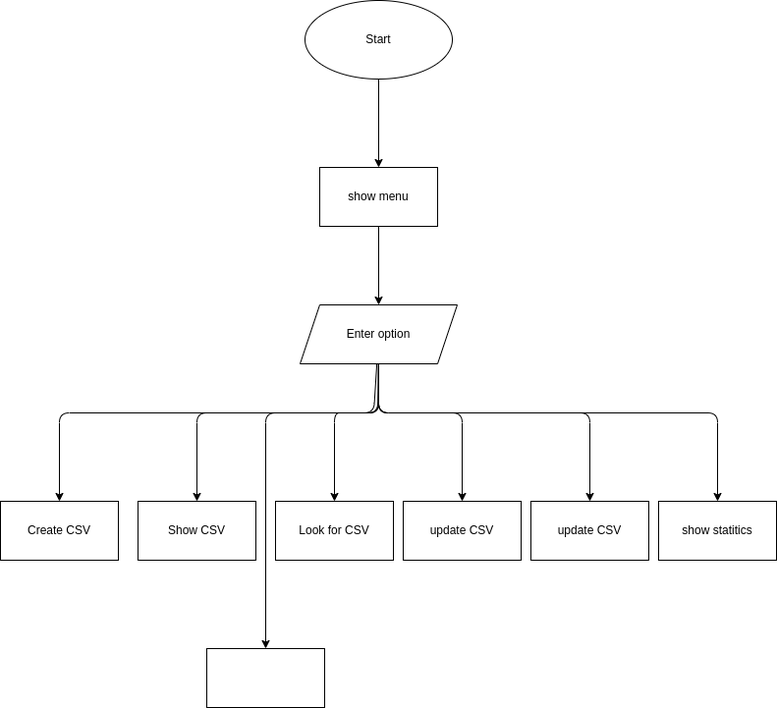
Before: v3/diagrama de flujo/diagrama-de-flujo.png.drawio.png, a diagram exported from draw.io (ChrisOnfroy/Historia-de--usuario-M1S1). Source tidied: cells renumbered, new cells last; positions are measured from the earlier drawing's top-left corner, leaving out a move shared by most shapes. Its diagram source:
```xml
<mxGraphModel>
  <root>
    <mxCell id="0" />
    <mxCell id="1" parent="0" />
    <mxCell id="2" style="edgeStyle=none;html=1;" parent="1" edge="1" source="3" target="5">
      <mxGeometry relative="1" as="geometry" />
    </mxCell>
    <mxCell id="3" value="Start" style="ellipse;whiteSpace=wrap;html=1;" parent="1" vertex="1">
      <mxGeometry x="310" width="150" height="80" as="geometry" />
    </mxCell>
    <mxCell id="4" style="edgeStyle=none;html=1;" parent="1" edge="1" source="5">
      <mxGeometry relative="1" as="geometry">
        <mxPoint x="385" y="310" as="targetPoint" />
      </mxGeometry>
    </mxCell>
    <mxCell id="5" value="show menu" style="whiteSpace=wrap;html=1;" parent="1" vertex="1">
      <mxGeometry x="325" y="170" width="120" height="60" as="geometry" />
    </mxCell>
    <mxCell id="6" style="edgeStyle=none;html=1;" parent="1" edge="1" target="9">
      <mxGeometry relative="1" as="geometry">
        <mxPoint x="385" y="370" as="sourcePoint" />
        <Array as="points">
          <mxPoint x="385" y="420" />
          <mxPoint x="60" y="420" />
        </Array>
      </mxGeometry>
    </mxCell>
    <mxCell id="7" style="edgeStyle=none;html=1;" parent="1" edge="1" target="10">
      <mxGeometry relative="1" as="geometry">
        <mxPoint x="384.6" y="370" as="sourcePoint" />
        <Array as="points">
          <mxPoint x="384" y="420" />
          <mxPoint x="200" y="420" />
        </Array>
      </mxGeometry>
    </mxCell>
    <mxCell id="8" style="edgeStyle=none;html=1;" parent="1" edge="1" target="11">
      <mxGeometry relative="1" as="geometry">
        <mxPoint x="385" y="370" as="sourcePoint" />
        <Array as="points">
          <mxPoint x="385" y="420" />
          <mxPoint x="360" y="420" />
          <mxPoint x="340" y="420" />
        </Array>
      </mxGeometry>
    </mxCell>
    <mxCell id="9" value="Create CSV" style="whiteSpace=wrap;html=1;" parent="1" vertex="1">
      <mxGeometry y="510" width="120" height="60" as="geometry" />
    </mxCell>
    <mxCell id="10" value="Show CSV" style="whiteSpace=wrap;html=1;" parent="1" vertex="1">
      <mxGeometry x="140" y="510" width="120" height="60" as="geometry" />
    </mxCell>
    <mxCell id="11" value="Look for CSV" style="whiteSpace=wrap;html=1;" parent="1" vertex="1">
      <mxGeometry x="280" y="510" width="120" height="60" as="geometry" />
    </mxCell>
    <mxCell id="12" style="edgeStyle=none;html=1;exitX=0.5;exitY=1;exitDx=0;exitDy=0;" parent="1" edge="1" source="16" target="17">
      <mxGeometry relative="1" as="geometry">
        <Array as="points">
          <mxPoint x="385" y="420" />
          <mxPoint x="470" y="420" />
        </Array>
      </mxGeometry>
    </mxCell>
    <mxCell id="13" style="edgeStyle=none;html=1;entryX=0.5;entryY=0;entryDx=0;entryDy=0;" parent="1" edge="1" source="16" target="18">
      <mxGeometry relative="1" as="geometry">
        <Array as="points">
          <mxPoint x="385" y="420" />
          <mxPoint x="600" y="420" />
        </Array>
      </mxGeometry>
    </mxCell>
    <mxCell id="14" style="edgeStyle=none;html=1;exitX=0.5;exitY=1;exitDx=0;exitDy=0;" parent="1" edge="1" source="16" target="19">
      <mxGeometry relative="1" as="geometry">
        <Array as="points">
          <mxPoint x="385" y="420" />
          <mxPoint x="730" y="420" />
        </Array>
      </mxGeometry>
    </mxCell>
    <mxCell id="15" style="edgeStyle=none;html=1;" parent="1" edge="1" source="16" target="20">
      <mxGeometry relative="1" as="geometry">
        <Array as="points">
          <mxPoint x="380" y="420" />
          <mxPoint x="270" y="420" />
        </Array>
      </mxGeometry>
    </mxCell>
    <mxCell id="16" value="Enter option" style="shape=parallelogram;perimeter=parallelogramPerimeter;whiteSpace=wrap;html=1;fixedSize=1;" parent="1" vertex="1">
      <mxGeometry x="305" y="310" width="160" height="60" as="geometry" />
    </mxCell>
    <mxCell id="17" value="update CSV" style="whiteSpace=wrap;html=1;" parent="1" vertex="1">
      <mxGeometry x="410" y="510" width="120" height="60" as="geometry" />
    </mxCell>
    <mxCell id="18" value="update CSV" style="whiteSpace=wrap;html=1;" parent="1" vertex="1">
      <mxGeometry x="540" y="510" width="120" height="60" as="geometry" />
    </mxCell>
    <mxCell id="19" value="show statitics" style="whiteSpace=wrap;html=1;" parent="1" vertex="1">
      <mxGeometry x="670" y="510" width="120" height="60" as="geometry" />
    </mxCell>
    <mxCell id="20" style="whiteSpace=wrap;html=1;" parent="1" vertex="1">
      <mxGeometry x="210" y="660" width="120" height="60" as="geometry" />
    </mxCell>
  </root>
</mxGraphModel>
```
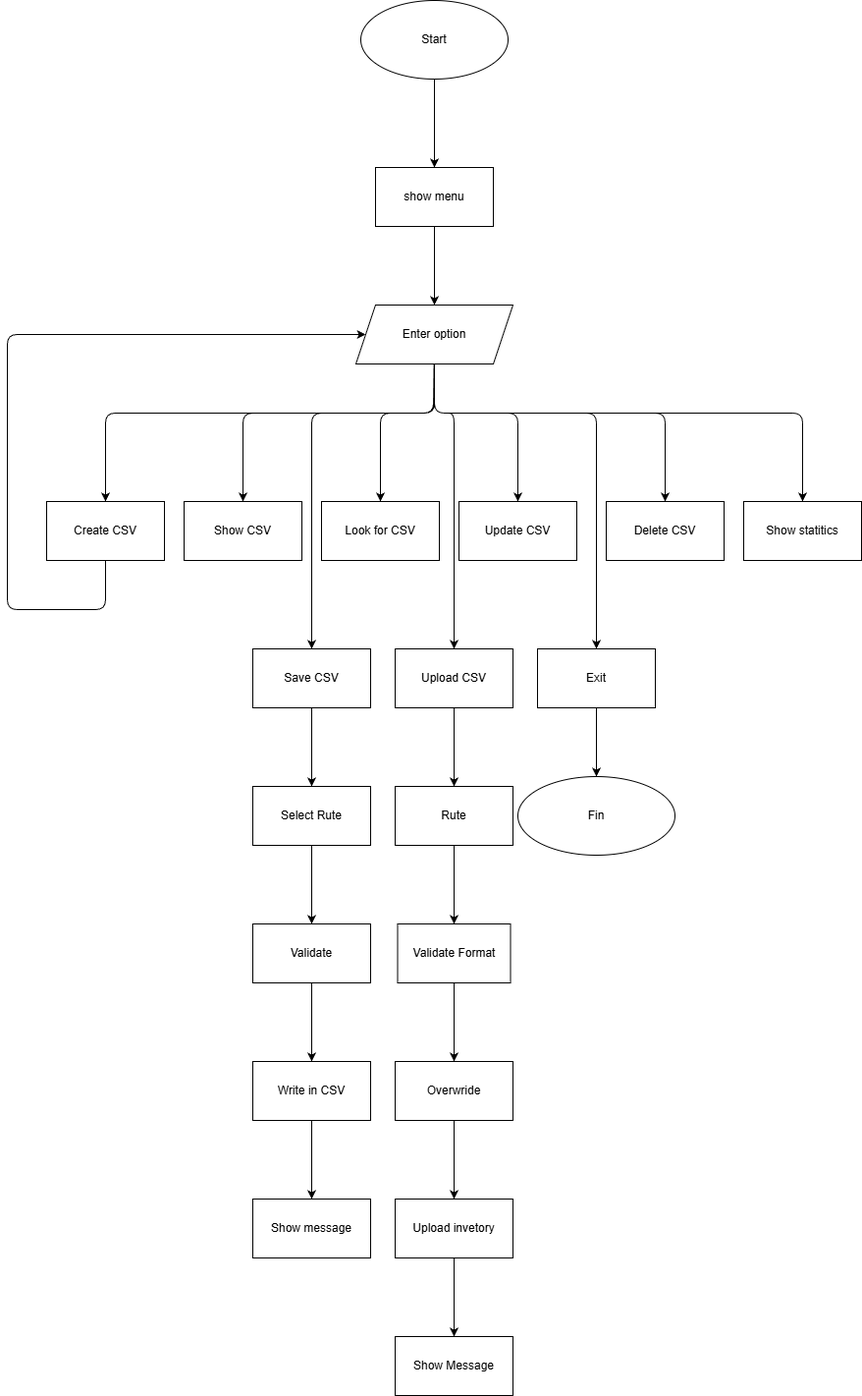
Above is the later version.

Commit message:
finish-diagram

What changed in the source:
```diff
@@ -21,7 +21,7 @@
         <mxPoint x="385" y="370" as="sourcePoint" />
         <Array as="points">
           <mxPoint x="385" y="420" />
-          <mxPoint x="60" y="420" />
+          <mxPoint x="50" y="420" />
         </Array>
       </mxGeometry>
     </mxCell>
@@ -30,7 +30,7 @@
         <mxPoint x="384.6" y="370" as="sourcePoint" />
         <Array as="points">
           <mxPoint x="384" y="420" />
-          <mxPoint x="200" y="420" />
+          <mxPoint x="190" y="420" />
         </Array>
       </mxGeometry>
     </mxCell>
@@ -40,18 +40,27 @@
         <Array as="points">
           <mxPoint x="385" y="420" />
           <mxPoint x="360" y="420" />
-          <mxPoint x="340" y="420" />
+          <mxPoint x="330" y="420" />
         </Array>
       </mxGeometry>
     </mxCell>
+    <mxCell id="21" style="edgeStyle=none;html=1;entryX=0;entryY=0.5;entryDx=0;entryDy=0;exitX=0.5;exitY=1;exitDx=0;exitDy=0;" parent="1" edge="1" source="9" target="16">
+      <mxGeometry relative="1" as="geometry">
+        <Array as="points">
+          <mxPoint x="50" y="620" />
+          <mxPoint x="-50" y="620" />
+          <mxPoint x="-50" y="340" />
+        </Array>
+      </mxGeometry>
+    </mxCell>
     <mxCell id="9" value="Create CSV" style="whiteSpace=wrap;html=1;" parent="1" vertex="1">
-      <mxGeometry y="510" width="120" height="60" as="geometry" />
+      <mxGeometry x="-10" y="510" width="120" height="60" as="geometry" />
     </mxCell>
     <mxCell id="10" value="Show CSV" style="whiteSpace=wrap;html=1;" parent="1" vertex="1">
-      <mxGeometry x="140" y="510" width="120" height="60" as="geometry" />
+      <mxGeometry x="130" y="510" width="120" height="60" as="geometry" />
     </mxCell>
     <mxCell id="11" value="Look for CSV" style="whiteSpace=wrap;html=1;" parent="1" vertex="1">
-      <mxGeometry x="280" y="510" width="120" height="60" as="geometry" />
+      <mxGeometry x="270" y="510" width="120" height="60" as="geometry" />
     </mxCell>
     <mxCell id="12" style="edgeStyle=none;html=1;exitX=0.5;exitY=1;exitDx=0;exitDy=0;" parent="1" edge="1" source="16" target="17">
       <mxGeometry relative="1" as="geometry">
@@ -65,7 +74,7 @@
       <mxGeometry relative="1" as="geometry">
         <Array as="points">
           <mxPoint x="385" y="420" />
-          <mxPoint x="600" y="420" />
+          <mxPoint x="620" y="420" />
         </Array>
       </mxGeometry>
     </mxCell>
@@ -73,32 +82,114 @@
       <mxGeometry relative="1" as="geometry">
         <Array as="points">
           <mxPoint x="385" y="420" />
-          <mxPoint x="730" y="420" />
+          <mxPoint x="760" y="420" />
         </Array>
       </mxGeometry>
     </mxCell>
     <mxCell id="15" style="edgeStyle=none;html=1;" parent="1" edge="1" source="16" target="20">
       <mxGeometry relative="1" as="geometry">
         <Array as="points">
-          <mxPoint x="380" y="420" />
-          <mxPoint x="270" y="420" />
+          <mxPoint x="385" y="420" />
+          <mxPoint x="260" y="420" />
         </Array>
       </mxGeometry>
     </mxCell>
+    <mxCell id="22" style="edgeStyle=none;html=1;" parent="1" edge="1" source="16" target="26">
+      <mxGeometry relative="1" as="geometry">
+        <Array as="points">
+          <mxPoint x="385" y="420" />
+          <mxPoint x="405" y="420" />
+        </Array>
+      </mxGeometry>
+    </mxCell>
+    <mxCell id="23" style="edgeStyle=none;html=1;" parent="1" edge="1" source="16" target="28">
+      <mxGeometry relative="1" as="geometry">
+        <Array as="points">
+          <mxPoint x="385" y="420" />
+          <mxPoint x="550" y="420" />
+        </Array>
+      </mxGeometry>
+    </mxCell>
     <mxCell id="16" value="Enter option" style="shape=parallelogram;perimeter=parallelogramPerimeter;whiteSpace=wrap;html=1;fixedSize=1;" parent="1" vertex="1">
       <mxGeometry x="305" y="310" width="160" height="60" as="geometry" />
     </mxCell>
-    <mxCell id="17" value="update CSV" style="whiteSpace=wrap;html=1;" parent="1" vertex="1">
+    <mxCell id="17" value="Update CSV" style="whiteSpace=wrap;html=1;" parent="1" vertex="1">
       <mxGeometry x="410" y="510" width="120" height="60" as="geometry" />
     </mxCell>
-    <mxCell id="18" value="update CSV" style="whiteSpace=wrap;html=1;" parent="1" vertex="1">
-      <mxGeometry x="540" y="510" width="120" height="60" as="geometry" />
+    <mxCell id="18" value="Delete CSV" style="whiteSpace=wrap;html=1;" parent="1" vertex="1">
+      <mxGeometry x="560" y="510" width="120" height="60" as="geometry" />
     </mxCell>
-    <mxCell id="19" value="show statitics" style="whiteSpace=wrap;html=1;" parent="1" vertex="1">
-      <mxGeometry x="670" y="510" width="120" height="60" as="geometry" />
+    <mxCell id="19" value="Show statitics" style="whiteSpace=wrap;html=1;" parent="1" vertex="1">
+      <mxGeometry x="700" y="510" width="120" height="60" as="geometry" />
     </mxCell>
+    <mxCell id="24" style="edgeStyle=none;html=1;" parent="1" edge="1" source="20" target="31">
+      <mxGeometry relative="1" as="geometry" />
+    </mxCell>
-    <mxCell id="20" style="whiteSpace=wrap;html=1;" parent="1" vertex="1">
-      <mxGeometry x="210" y="660" width="120" height="60" as="geometry" />
+    <mxCell id="20" value="Save CSV" style="whiteSpace=wrap;html=1;" parent="1" vertex="1">
+      <mxGeometry x="200" y="660" width="120" height="60" as="geometry" />
     </mxCell>
+    <mxCell id="25" style="edgeStyle=none;html=1;" parent="1" edge="1" source="26" target="38">
+      <mxGeometry relative="1" as="geometry" />
+    </mxCell>
+    <mxCell id="26" value="Upload CSV" style="whiteSpace=wrap;html=1;" parent="1" vertex="1">
+      <mxGeometry x="345" y="660" width="120" height="60" as="geometry" />
+    </mxCell>
+    <mxCell id="27" style="edgeStyle=none;html=1;" parent="1" edge="1" source="28" target="29">
+      <mxGeometry relative="1" as="geometry" />
+    </mxCell>
+    <mxCell id="28" value="Exit" style="whiteSpace=wrap;html=1;" parent="1" vertex="1">
+      <mxGeometry x="490" y="660" width="120" height="60" as="geometry" />
+    </mxCell>
+    <mxCell id="29" value="Fin" style="ellipse;whiteSpace=wrap;html=1;" parent="1" vertex="1">
+      <mxGeometry x="470" y="790" width="160" height="80" as="geometry" />
+    </mxCell>
+    <mxCell id="30" style="edgeStyle=none;html=1;" parent="1" edge="1" source="31" target="33">
+      <mxGeometry relative="1" as="geometry" />
+    </mxCell>
+    <mxCell id="31" value="Select Rute" style="whiteSpace=wrap;html=1;" parent="1" vertex="1">
+      <mxGeometry x="200" y="800" width="120" height="60" as="geometry" />
+    </mxCell>
+    <mxCell id="32" style="edgeStyle=none;html=1;" parent="1" edge="1" source="33" target="35">
+      <mxGeometry relative="1" as="geometry" />
+    </mxCell>
+    <mxCell id="33" value="Validate" style="whiteSpace=wrap;html=1;" parent="1" vertex="1">
+      <mxGeometry x="200" y="940" width="120" height="60" as="geometry" />
+    </mxCell>
+    <mxCell id="34" style="edgeStyle=none;html=1;" parent="1" edge="1" source="35" target="36">
+      <mxGeometry relative="1" as="geometry" />
+    </mxCell>
+    <mxCell id="35" value="Write in CSV" style="whiteSpace=wrap;html=1;" parent="1" vertex="1">
+      <mxGeometry x="200" y="1080" width="120" height="60" as="geometry" />
+    </mxCell>
+    <mxCell id="36" value="Show message" style="whiteSpace=wrap;html=1;" parent="1" vertex="1">
+      <mxGeometry x="200" y="1220" width="120" height="60" as="geometry" />
+    </mxCell>
+    <mxCell id="37" style="edgeStyle=none;html=1;" parent="1" edge="1" source="38" target="40">
+      <mxGeometry relative="1" as="geometry" />
+    </mxCell>
+    <mxCell id="38" value="Rute" style="whiteSpace=wrap;html=1;" parent="1" vertex="1">
+      <mxGeometry x="345" y="800" width="120" height="60" as="geometry" />
+    </mxCell>
+    <mxCell id="39" style="edgeStyle=none;html=1;" parent="1" edge="1" source="40" target="42">
+      <mxGeometry relative="1" as="geometry" />
+    </mxCell>
+    <mxCell id="40" value="Validate Format" style="whiteSpace=wrap;html=1;" parent="1" vertex="1">
+      <mxGeometry x="347.5" y="940" width="115" height="60" as="geometry" />
+    </mxCell>
+    <mxCell id="41" style="edgeStyle=none;html=1;" parent="1" edge="1" source="42" target="44">
+      <mxGeometry relative="1" as="geometry" />
+    </mxCell>
+    <mxCell id="42" value="Overwride" style="whiteSpace=wrap;html=1;" parent="1" vertex="1">
+      <mxGeometry x="345" y="1080" width="120" height="60" as="geometry" />
+    </mxCell>
+    <mxCell id="43" style="edgeStyle=none;html=1;" parent="1" edge="1" source="44" target="45">
+      <mxGeometry relative="1" as="geometry" />
+    </mxCell>
+    <mxCell id="44" value="Upload invetory" style="whiteSpace=wrap;html=1;" parent="1" vertex="1">
+      <mxGeometry x="345" y="1220" width="120" height="60" as="geometry" />
+    </mxCell>
+    <mxCell id="45" value="Show Message" style="whiteSpace=wrap;html=1;" parent="1" vertex="1">
+      <mxGeometry x="345" y="1360" width="120" height="60" as="geometry" />
+    </mxCell>
   </root>
 </mxGraphModel>
```
